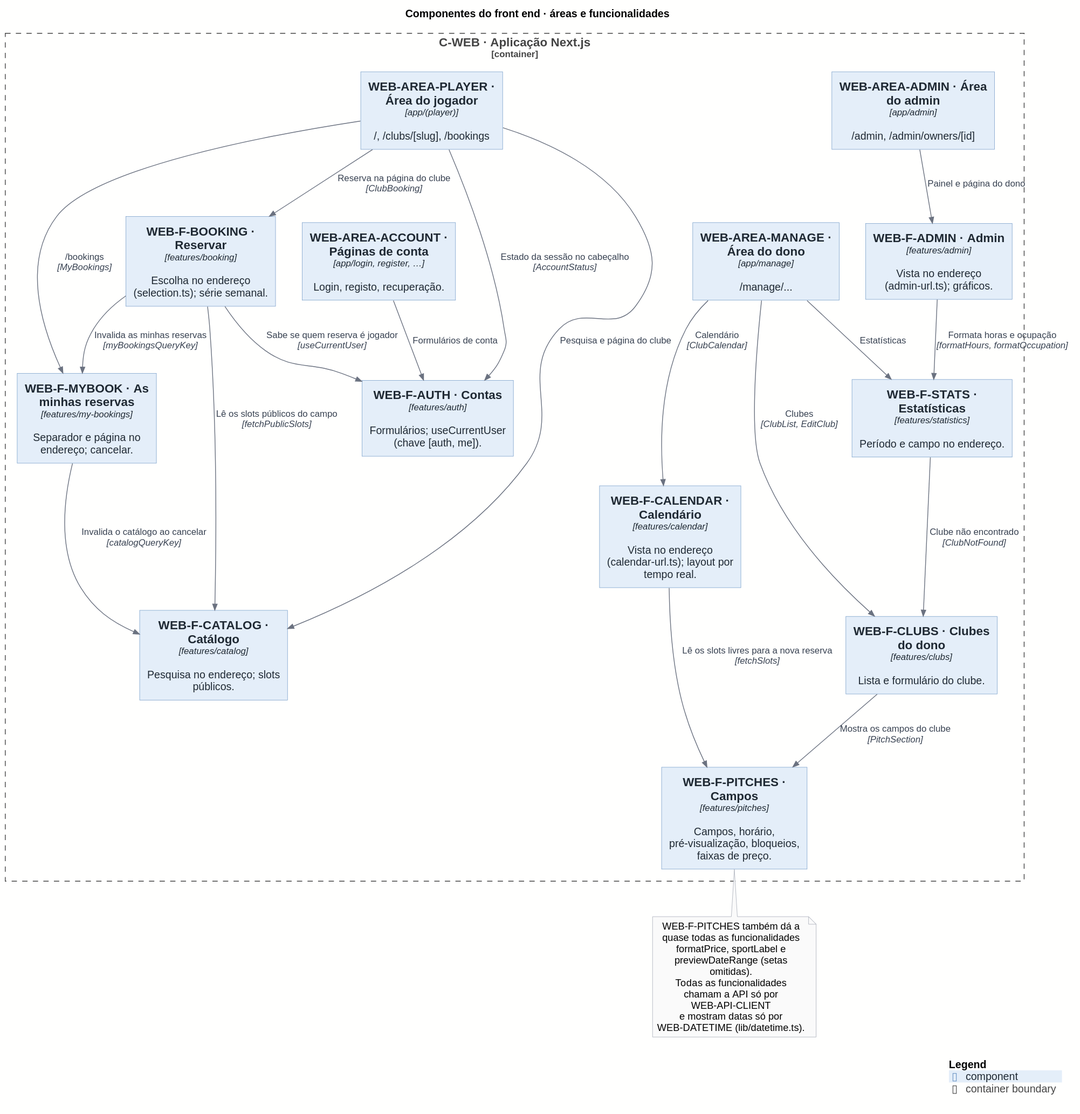
Earlier version of the PlantUML export docs/architecture/out/03-components-web-features.svg (rodrigo4sousa/SportsEstablishments).
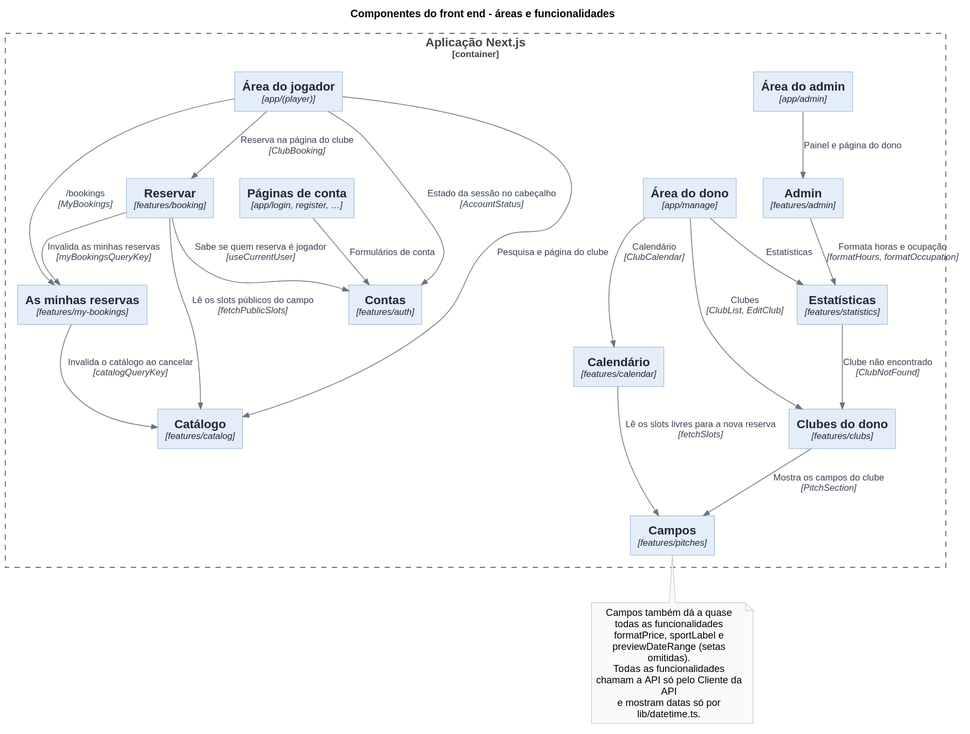
After the commit.

Diff of the diagram source:
```diff
@@ -2,25 +2,25 @@
 !include <C4/C4_Component>
 !include ../style.puml
 
-title Componentes do front end · áreas e funcionalidades
+title Componentes do front end - áreas e funcionalidades
 
 LAYOUT_TOP_DOWN()
 
-Container_Boundary(C_WEB, "C-WEB · Aplicação Next.js") {
-  Component(WEB_AREA_PLAYER, "WEB-AREA-PLAYER · Área do jogador", "app/(player)", "/, /clubs/[slug], /bookings")
-  Component(WEB_AREA_ACCOUNT, "WEB-AREA-ACCOUNT · Páginas de conta", "app/login, register, …", "Login, registo, recuperação.")
-  Component(WEB_AREA_MANAGE, "WEB-AREA-MANAGE · Área do dono", "app/manage", "/manage/...")
-  Component(WEB_AREA_ADMIN, "WEB-AREA-ADMIN · Área do admin", "app/admin", "/admin, /admin/owners/[id]")
+Container_Boundary(C_WEB, "Aplicação Next.js") {
+  Component(WEB_AREA_PLAYER, "Área do jogador", "app/(player)")
+  Component(WEB_AREA_ACCOUNT, "Páginas de conta", "app/login, register, …")
+  Component(WEB_AREA_MANAGE, "Área do dono", "app/manage")
+  Component(WEB_AREA_ADMIN, "Área do admin", "app/admin")
 
-  Component(WEB_F_AUTH, "WEB-F-AUTH · Contas", "features/auth", "Formulários; useCurrentUser (chave [auth, me]).")
-  Component(WEB_F_CATALOG, "WEB-F-CATALOG · Catálogo", "features/catalog", "Pesquisa no endereço; slots públicos.")
-  Component(WEB_F_BOOKING, "WEB-F-BOOKING · Reservar", "features/booking", "Escolha no endereço (selection.ts); série semanal.")
-  Component(WEB_F_MYBOOK, "WEB-F-MYBOOK · As minhas reservas", "features/my-bookings", "Separador e página no endereço; cancelar.")
-  Component(WEB_F_CLUBS, "WEB-F-CLUBS · Clubes do dono", "features/clubs", "Lista e formulário do clube.")
-  Component(WEB_F_PITCHES, "WEB-F-PITCHES · Campos", "features/pitches", "Campos, horário, pré-visualização, bloqueios, faixas de preço.")
-  Component(WEB_F_CALENDAR, "WEB-F-CALENDAR · Calendário", "features/calendar", "Vista no endereço (calendar-url.ts); layout por tempo real.")
-  Component(WEB_F_STATS, "WEB-F-STATS · Estatísticas", "features/statistics", "Período e campo no endereço.")
-  Component(WEB_F_ADMIN, "WEB-F-ADMIN · Admin", "features/admin", "Vista no endereço (admin-url.ts); gráficos.")
+  Component(WEB_F_AUTH, "Contas", "features/auth")
+  Component(WEB_F_CATALOG, "Catálogo", "features/catalog")
+  Component(WEB_F_BOOKING, "Reservar", "features/booking")
+  Component(WEB_F_MYBOOK, "As minhas reservas", "features/my-bookings")
+  Component(WEB_F_CLUBS, "Clubes do dono", "features/clubs")
+  Component(WEB_F_PITCHES, "Campos", "features/pitches")
+  Component(WEB_F_CALENDAR, "Calendário", "features/calendar")
+  Component(WEB_F_STATS, "Estatísticas", "features/statistics")
+  Component(WEB_F_ADMIN, "Admin", "features/admin")
 }
 
 Rel(WEB_AREA_PLAYER, WEB_F_CATALOG, $plain("Pesquisa e página do clube"), "")
@@ -43,11 +43,9 @@
 Rel(WEB_F_STATS, WEB_F_CLUBS, $plain("Clube não encontrado"), "ClubNotFound")
 
 note bottom of WEB_F_PITCHES
-  WEB-F-PITCHES também dá a quase todas as funcionalidades
+  Campos também dá a quase todas as funcionalidades
   formatPrice, sportLabel e previewDateRange (setas omitidas).
-  Todas as funcionalidades chamam a API só por WEB-API-CLIENT
-  e mostram datas só por WEB-DATETIME (lib/datetime.ts).
+  Todas as funcionalidades chamam a API só pelo Cliente da API
+  e mostram datas só por lib/datetime.ts.
 end note
-
-SHOW_LEGEND()
 @enduml
```
